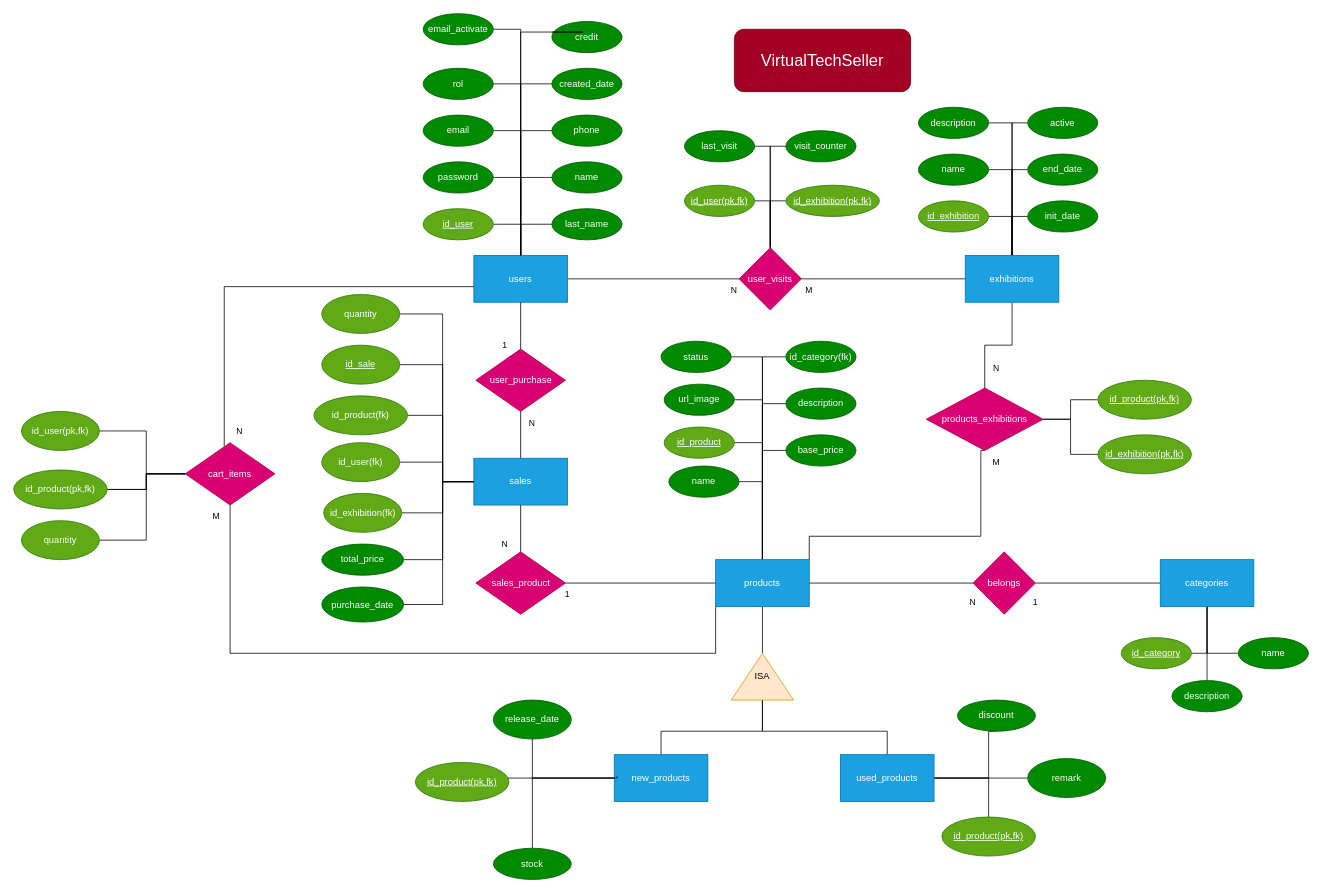
Earlier version of the draw.io diagram docs/bbdd/VirtualTechSeller_E-R.drawio (TamezeDev/virtual-tech-seller). Source tidied: cells renumbered, new cells numbered last; positions are measured from the earlier drawing's top-left corner, leaving out a move shared by most shapes. Both pictures are drawn from the tidied source at 78%, with x=0, y=0 at pixel (13, 13).
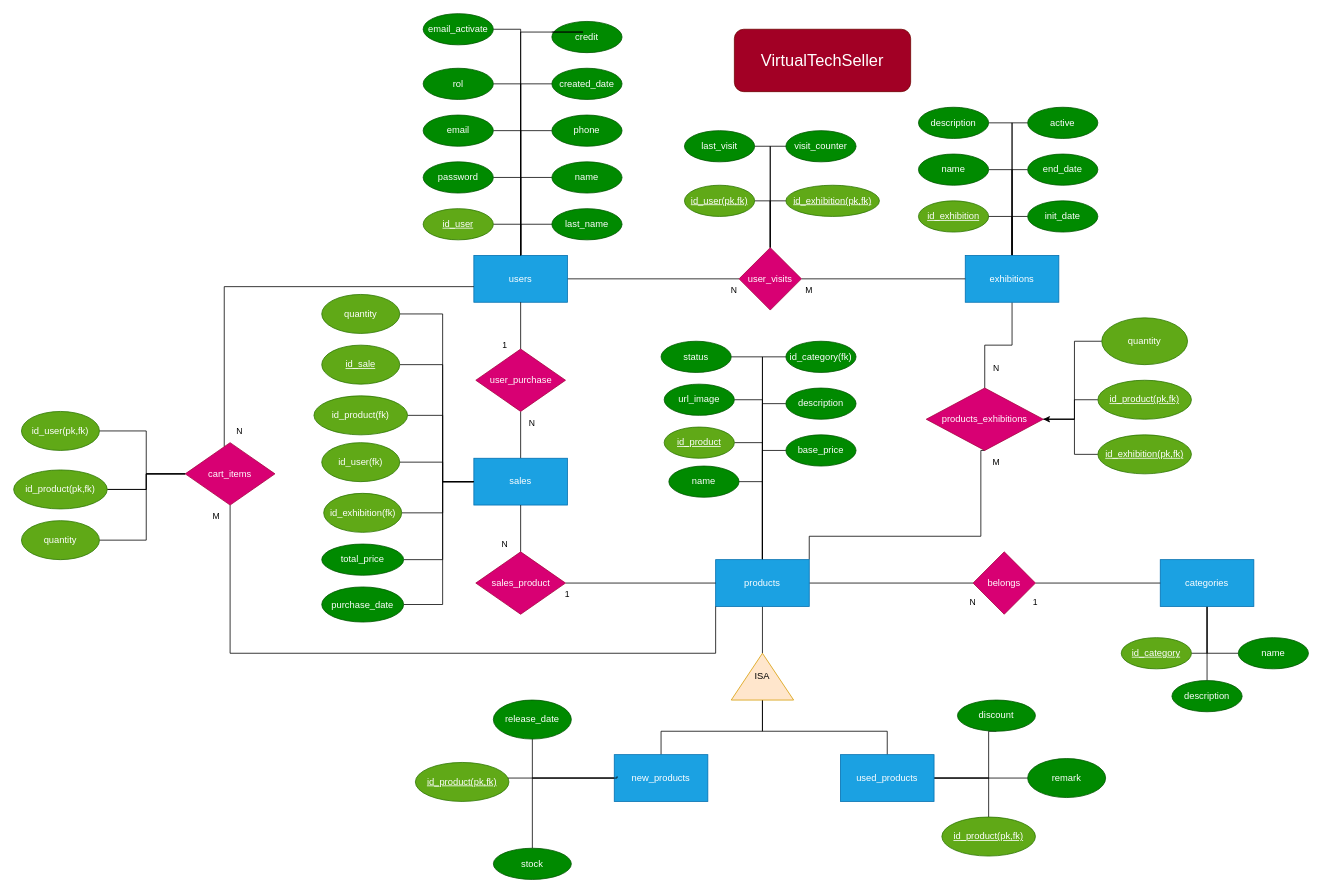
The same page after the edit.

Commit message (it also covers changes not shown here):
fix db diagram: add quantity in products_exhibitions table

The change refers to these unchanged cells:
```xml
<mxCell id="81" value="products_exhibitions" style="rhombus;whiteSpace=wrap;html=1;fillColor=#d80073;fontColor=#ffffff;strokeColor=#A50040;" parent="1" vertex="1">
  <mxGeometry x="1170" y="480" width="150" height="80" as="geometry" />
</mxCell>
<mxCell id="96" value="&lt;u&gt;id_product(pk,fk)&lt;/u&gt;" style="ellipse;whiteSpace=wrap;html=1;fillColor=#60a917;fontColor=#ffffff;strokeColor=#2D7600;" parent="1" vertex="1">
  <mxGeometry x="1390" y="470" width="120" height="50" as="geometry" />
</mxCell>
<mxCell id="97" value="&lt;u&gt;id_exhibition(pk,fk)&lt;/u&gt;" style="ellipse;whiteSpace=wrap;html=1;fillColor=#60a917;fontColor=#ffffff;strokeColor=#2D7600;" parent="1" vertex="1">
  <mxGeometry x="1390" y="540" width="120" height="50" as="geometry" />
</mxCell>
```

What changed in the source:
```diff
@@
     <mxCell id="79" style="edgeStyle=orthogonalEdgeStyle;shape=connector;rounded=0;jettySize=auto;html=1;strokeColor=default;align=center;verticalAlign=middle;fontFamily=Helvetica;fontSize=11;fontColor=default;labelBackgroundColor=default;endArrow=none;endFill=0;" parent="1" edge="1" source="81" target="96">
-      <mxGeometry relative="1" as="geometry" />
+      <mxGeometry relative="1" as="geometry">
+        <Array as="points">
+          <mxPoint x="1360" y="520" />
+          <mxPoint x="1360" y="495" />
+        </Array>
+      </mxGeometry>
     </mxCell>
     <mxCell id="80" style="edgeStyle=orthogonalEdgeStyle;shape=connector;rounded=0;jettySize=auto;html=1;strokeColor=default;align=center;verticalAlign=middle;fontFamily=Helvetica;fontSize=11;fontColor=default;labelBackgroundColor=default;endArrow=none;endFill=0;" parent="1" edge="1" source="81" target="97">
-      <mxGeometry relative="1" as="geometry" />
+      <mxGeometry relative="1" as="geometry">
+        <Array as="points">
+          <mxPoint x="1360" y="520" />
+          <mxPoint x="1360" y="565" />
+        </Array>
+      </mxGeometry>
     </mxCell>
@@
+    <mxCell id="141" style="edgeStyle=orthogonalEdgeStyle;rounded=0;jettySize=auto;html=1;entryX=1;entryY=0.5;entryDx=0;entryDy=0;" parent="1" edge="1" source="142" target="81">
+      <mxGeometry relative="1" as="geometry">
+        <Array as="points">
+          <mxPoint x="1360" y="420" />
+          <mxPoint x="1360" y="520" />
+        </Array>
+      </mxGeometry>
+    </mxCell>
+    <mxCell id="142" value="quantity" style="ellipse;whiteSpace=wrap;html=1;fillColor=#60a917;fontColor=#ffffff;strokeColor=#2D7600;" parent="1" vertex="1">
+      <mxGeometry x="1395" y="390" width="110" height="60" as="geometry" />
+    </mxCell>
```
